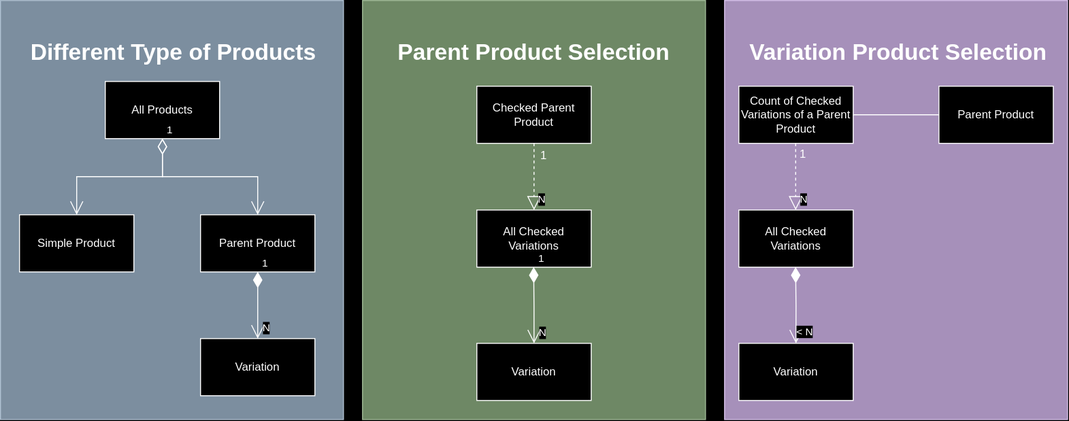
The draw.io diagram Product diagram.drawio.svg in jadecubes/Interface-Design-to-Frontend-Compoments, before a commit. Source tidied: cells renumbered, new cells last; positions are measured from the earlier drawing's top-left corner, leaving out a move shared by most shapes.
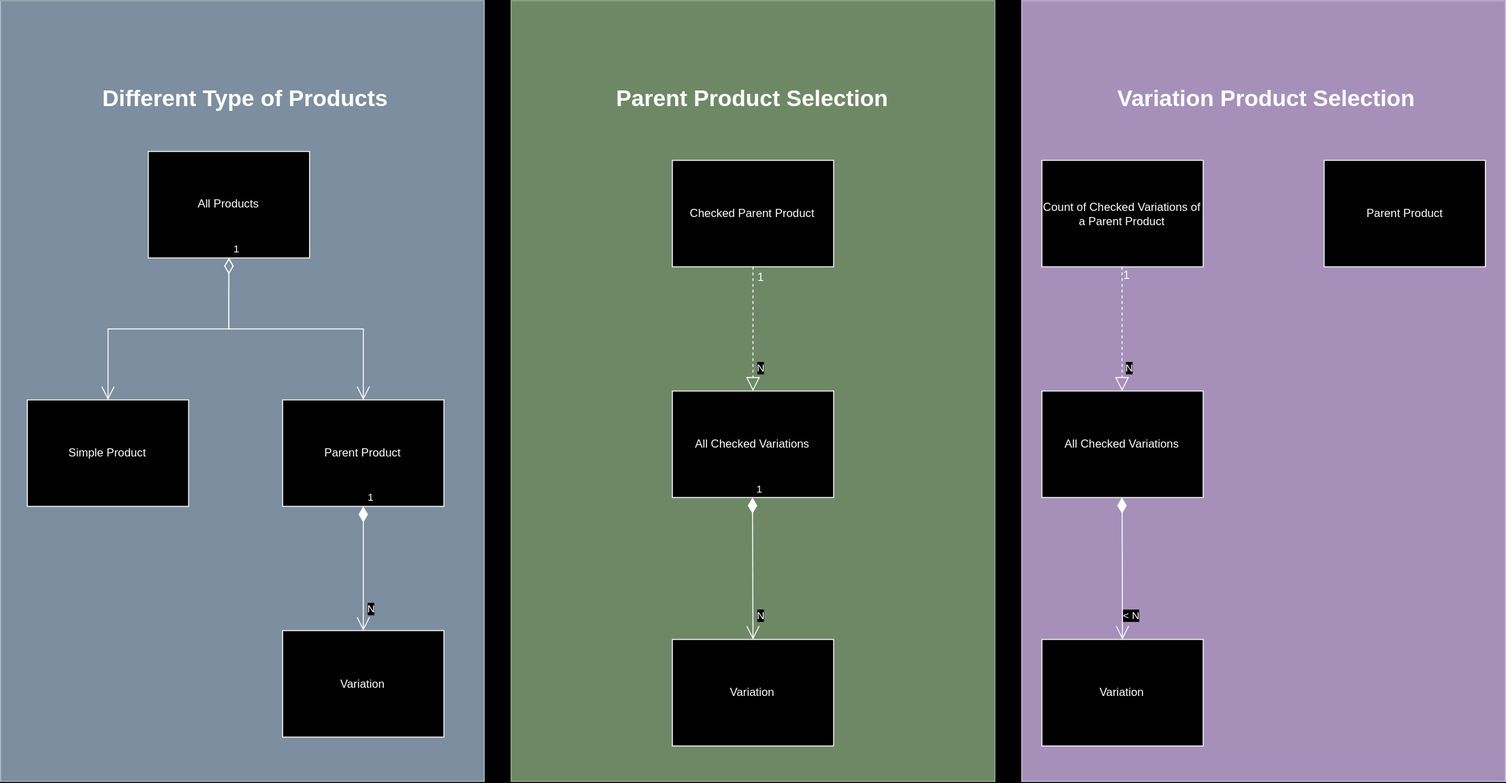
Later version of the same file.

Change to the diagram source:
```diff
@@ -2,109 +2,112 @@
   <root>
     <mxCell id="0" />
     <mxCell id="1" parent="0" />
+    <mxCell id="34" style="group;" parent="1" vertex="1">
+      <mxGeometry x="-260" y="-160" width="1580" height="820" as="geometry" />
+    </mxCell>
-    <mxCell id="2" style="whiteSpace=wrap;html=1;fillColor=#647687;strokeColor=#314354;fontColor=#ffffff;" parent="1" vertex="1">
-      <mxGeometry width="360" height="440" as="geometry" />
+    <mxCell id="2" style="whiteSpace=wrap;html=1;fillColor=#647687;strokeColor=#314354;fontColor=#ffffff;" parent="34" vertex="1">
+      <mxGeometry width="507.9" height="820" as="geometry" />
     </mxCell>
-    <mxCell id="3" value="&lt;h1&gt;Different Type of Products&amp;nbsp;&lt;/h1&gt;" style="text;html=1;align=center;verticalAlign=middle;whiteSpace=wrap;rounded=0;" parent="1" vertex="1">
-      <mxGeometry x="30" y="30" width="310" height="50" as="geometry" />
+    <mxCell id="3" value="&lt;h1&gt;Different Type of Products&amp;nbsp;&lt;/h1&gt;" style="text;html=1;align=center;verticalAlign=middle;whiteSpace=wrap;rounded=0;" parent="34" vertex="1">
+      <mxGeometry x="42.3" y="55.9" width="437.3" height="93.2" as="geometry" />
     </mxCell>
-    <mxCell id="4" value="All Products" style="rounded=0;whiteSpace=wrap;html=1;" parent="1" vertex="1">
-      <mxGeometry x="110" y="85" width="120" height="60" as="geometry" />
+    <mxCell id="4" value="All Products" style="rounded=0;whiteSpace=wrap;html=1;" parent="34" vertex="1">
+      <mxGeometry x="155.2" y="158.4" width="169.3" height="111.8" as="geometry" />
     </mxCell>
-    <mxCell id="5" value="Simple Product" style="rounded=0;whiteSpace=wrap;html=1;" parent="1" vertex="1">
-      <mxGeometry x="20" y="225" width="120" height="60" as="geometry" />
+    <mxCell id="5" value="Simple Product" style="rounded=0;whiteSpace=wrap;html=1;" parent="34" vertex="1">
+      <mxGeometry x="28.2" y="419.3" width="169.3" height="111.8" as="geometry" />
     </mxCell>
-    <mxCell id="6" value="Parent Product" style="rounded=0;whiteSpace=wrap;html=1;" parent="1" vertex="1">
-      <mxGeometry x="210" y="225" width="120" height="60" as="geometry" />
+    <mxCell id="6" value="Parent Product" style="rounded=0;whiteSpace=wrap;html=1;" parent="34" vertex="1">
+      <mxGeometry x="296.3" y="419.3" width="169.3" height="111.8" as="geometry" />
     </mxCell>
-    <mxCell id="7" value="Variation" style="rounded=0;whiteSpace=wrap;html=1;" parent="1" vertex="1">
-      <mxGeometry x="210" y="355" width="120" height="60" as="geometry" />
+    <mxCell id="7" value="Variation" style="rounded=0;whiteSpace=wrap;html=1;" parent="34" vertex="1">
+      <mxGeometry x="296.3" y="661.6" width="169.3" height="111.8" as="geometry" />
     </mxCell>
-    <mxCell id="8" value="1" style="endArrow=open;html=1;endSize=12;startArrow=diamondThin;startSize=14;startFill=1;edgeStyle=orthogonalEdgeStyle;align=left;verticalAlign=bottom;rounded=0;entryX=0.5;entryY=0;entryDx=0;entryDy=0;exitX=0.5;exitY=1;exitDx=0;exitDy=0;" parent="1" edge="1" source="6" target="7">
+    <mxCell id="8" value="1" style="endArrow=open;html=1;endSize=12;startArrow=diamondThin;startSize=14;startFill=1;edgeStyle=orthogonalEdgeStyle;align=left;verticalAlign=bottom;rounded=0;entryX=0.5;entryY=0;entryDx=0;entryDy=0;exitX=0.5;exitY=1;exitDx=0;exitDy=0;" parent="34" edge="1" source="6" target="7">
       <mxGeometry x="-1" y="3" relative="1" as="geometry" />
     </mxCell>
     <mxCell id="9" value="N" style="edgeLabel;html=1;align=center;verticalAlign=middle;" parent="8" vertex="1">
       <mxGeometry x="0.66" y="8" relative="1" as="geometry" />
     </mxCell>
-    <mxCell id="10" value="1" style="endArrow=open;html=1;endSize=12;startArrow=diamondThin;startSize=14;startFill=0;edgeStyle=orthogonalEdgeStyle;align=left;verticalAlign=bottom;rounded=0;entryX=0.5;entryY=0;entryDx=0;entryDy=0;exitX=0.5;exitY=1;exitDx=0;exitDy=0;" parent="1" edge="1" source="4" target="6">
+    <mxCell id="10" value="1" style="endArrow=open;html=1;endSize=12;startArrow=diamondThin;startSize=14;startFill=0;edgeStyle=orthogonalEdgeStyle;align=left;verticalAlign=bottom;rounded=0;entryX=0.5;entryY=0;entryDx=0;entryDy=0;exitX=0.5;exitY=1;exitDx=0;exitDy=0;" parent="34" edge="1" source="4" target="6">
       <mxGeometry x="-1" y="3" relative="1" as="geometry" />
     </mxCell>
-    <mxCell id="11" value="1" style="endArrow=open;html=1;endSize=12;startArrow=diamondThin;startSize=14;startFill=0;edgeStyle=orthogonalEdgeStyle;align=left;verticalAlign=bottom;rounded=0;entryX=0.5;entryY=0;entryDx=0;entryDy=0;exitX=0.5;exitY=1;exitDx=0;exitDy=0;" parent="1" edge="1" source="4" target="5">
+    <mxCell id="11" value="1" style="endArrow=open;html=1;endSize=12;startArrow=diamondThin;startSize=14;startFill=0;edgeStyle=orthogonalEdgeStyle;align=left;verticalAlign=bottom;rounded=0;entryX=0.5;entryY=0;entryDx=0;entryDy=0;exitX=0.5;exitY=1;exitDx=0;exitDy=0;" parent="34" edge="1" source="4" target="5">
       <mxGeometry x="-1" y="3" relative="1" as="geometry" />
     </mxCell>
-    <mxCell id="12" style="whiteSpace=wrap;html=1;fillColor=#6d8764;strokeColor=#3A5431;fontColor=#ffffff;" parent="1" vertex="1">
-      <mxGeometry x="380" width="360" height="440" as="geometry" />
+    <mxCell id="12" style="whiteSpace=wrap;html=1;fillColor=#6d8764;strokeColor=#3A5431;fontColor=#ffffff;" parent="34" vertex="1">
+      <mxGeometry x="536.1" width="507.9" height="820" as="geometry" />
     </mxCell>
-    <mxCell id="13" value="Checked Parent Product" style="rounded=0;whiteSpace=wrap;html=1;" parent="1" vertex="1">
-      <mxGeometry x="500" y="90" width="120" height="60" as="geometry" />
+    <mxCell id="13" value="Checked Parent Product" style="rounded=0;whiteSpace=wrap;html=1;" parent="34" vertex="1">
+      <mxGeometry x="705.4" y="167.7" width="169.3" height="111.8" as="geometry" />
     </mxCell>
-    <mxCell id="14" value="All Checked Variations" style="rounded=0;whiteSpace=wrap;html=1;" parent="1" vertex="1">
-      <mxGeometry x="500" y="220" width="120" height="60" as="geometry" />
+    <mxCell id="14" value="All Checked Variations" style="rounded=0;whiteSpace=wrap;html=1;" parent="34" vertex="1">
+      <mxGeometry x="705.4" y="410" width="169.3" height="111.8" as="geometry" />
     </mxCell>
-    <mxCell id="15" style="endArrow=block;dashed=1;endFill=0;endSize=12;html=1;rounded=0;entryX=0.5;entryY=0;entryDx=0;entryDy=0;exitX=0.5;exitY=1;exitDx=0;exitDy=0;" parent="1" edge="1" source="13" target="14">
+    <mxCell id="15" style="endArrow=block;dashed=1;endFill=0;endSize=12;html=1;rounded=0;entryX=0.5;entryY=0;entryDx=0;entryDy=0;exitX=0.5;exitY=1;exitDx=0;exitDy=0;" parent="34" edge="1" source="13" target="14">
       <mxGeometry relative="1" as="geometry" />
     </mxCell>
     <mxCell id="16" value="N" style="edgeLabel;html=1;align=center;verticalAlign=middle;" parent="15" vertex="1">
       <mxGeometry x="0.61" y="7" relative="1" as="geometry" />
     </mxCell>
-    <mxCell id="17" value="1" style="text;html=1;align=center;verticalAlign=middle;strokeColor=none;fillColor=none;" parent="1" vertex="1">
-      <mxGeometry x="555" y="148" width="30" height="30" as="geometry" />
+    <mxCell id="17" value="1" style="text;html=1;align=center;verticalAlign=middle;strokeColor=none;fillColor=none;" parent="34" vertex="1">
+      <mxGeometry x="782.9" y="275.8" width="30" height="30" as="geometry" />
     </mxCell>
-    <mxCell id="18" value="Variation" style="rounded=0;whiteSpace=wrap;html=1;" parent="1" vertex="1">
-      <mxGeometry x="500" y="360" width="120" height="60" as="geometry" />
+    <mxCell id="18" value="Variation" style="rounded=0;whiteSpace=wrap;html=1;" parent="34" vertex="1">
+      <mxGeometry x="705.4" y="670.9" width="169.3" height="111.8" as="geometry" />
     </mxCell>
-    <mxCell id="19" value="1" style="endArrow=open;html=1;endSize=12;startArrow=diamondThin;startSize=14;startFill=1;edgeStyle=orthogonalEdgeStyle;align=left;verticalAlign=bottom;rounded=0;entryX=0.5;entryY=0;entryDx=0;entryDy=0;exitX=0.5;exitY=1;exitDx=0;exitDy=0;" parent="1" edge="1" target="18">
+    <mxCell id="19" value="1" style="endArrow=open;html=1;endSize=12;startArrow=diamondThin;startSize=14;startFill=1;edgeStyle=orthogonalEdgeStyle;align=left;verticalAlign=bottom;rounded=0;entryX=0.5;entryY=0;entryDx=0;entryDy=0;exitX=0.5;exitY=1;exitDx=0;exitDy=0;" parent="34" edge="1" target="18">
       <mxGeometry x="-1" y="3" relative="1" as="geometry">
-        <mxPoint x="559.6" y="280" as="sourcePoint" />
+        <mxPoint x="789.5" y="521.8" as="sourcePoint" />
       </mxGeometry>
     </mxCell>
     <mxCell id="20" value="N" style="edgeLabel;html=1;align=center;verticalAlign=middle;" parent="19" vertex="1">
       <mxGeometry x="0.66" y="8" relative="1" as="geometry" />
     </mxCell>
-    <mxCell id="21" value="&lt;h1&gt;Parent Product Selection&lt;/h1&gt;" style="text;html=1;align=center;verticalAlign=middle;whiteSpace=wrap;rounded=0;" parent="1" vertex="1">
-      <mxGeometry x="405" y="30" width="310" height="50" as="geometry" />
+    <mxCell id="21" value="&lt;h1&gt;Parent Product Selection&lt;/h1&gt;" style="text;html=1;align=center;verticalAlign=middle;whiteSpace=wrap;rounded=0;" parent="34" vertex="1">
+      <mxGeometry x="571.3" y="55.9" width="437.3" height="93.2" as="geometry" />
     </mxCell>
-    <mxCell id="22" style="whiteSpace=wrap;html=1;fillColor=#76608a;strokeColor=#432D57;fontColor=#ffffff;" parent="1" vertex="1">
-      <mxGeometry x="760" width="360" height="440" as="geometry" />
+    <mxCell id="22" style="whiteSpace=wrap;html=1;fillColor=#76608a;strokeColor=#432D57;fontColor=#ffffff;" parent="34" vertex="1">
+      <mxGeometry x="1072.1" width="507.9" height="820" as="geometry" />
     </mxCell>
-    <mxCell id="23" value="Count of Checked Variations of a Parent Product" style="rounded=0;whiteSpace=wrap;html=1;" parent="1" vertex="1">
-      <mxGeometry x="775" y="90" width="120" height="60" as="geometry" />
+    <mxCell id="23" value="Count of Checked Variations of a Parent Product" style="rounded=0;whiteSpace=wrap;html=1;" parent="34" vertex="1">
+      <mxGeometry x="1093.3" y="167.7" width="169.3" height="111.8" as="geometry" />
     </mxCell>
-    <mxCell id="24" value="All Checked Variations" style="rounded=0;whiteSpace=wrap;html=1;" parent="1" vertex="1">
-      <mxGeometry x="775" y="220" width="120" height="60" as="geometry" />
+    <mxCell id="24" value="All Checked Variations" style="rounded=0;whiteSpace=wrap;html=1;" parent="34" vertex="1">
+      <mxGeometry x="1093.3" y="410" width="169.3" height="111.8" as="geometry" />
     </mxCell>
-    <mxCell id="25" style="endArrow=block;dashed=1;endFill=0;endSize=12;html=1;rounded=0;entryX=0.5;entryY=0;entryDx=0;entryDy=0;exitX=0.5;exitY=1;exitDx=0;exitDy=0;" parent="1" edge="1">
+    <mxCell id="25" style="endArrow=block;dashed=1;endFill=0;endSize=12;html=1;rounded=0;entryX=0.5;entryY=0;entryDx=0;entryDy=0;exitX=0.5;exitY=1;exitDx=0;exitDy=0;" parent="34" edge="1">
       <mxGeometry relative="1" as="geometry">
-        <mxPoint x="834.6" y="150" as="sourcePoint" />
-        <mxPoint x="834.6" y="220" as="targetPoint" />
+        <mxPoint x="1177.4" y="279.5" as="sourcePoint" />
+        <mxPoint x="1177.4" y="410" as="targetPoint" />
       </mxGeometry>
     </mxCell>
     <mxCell id="26" value="N" style="edgeLabel;html=1;align=center;verticalAlign=middle;" parent="25" vertex="1">
       <mxGeometry x="0.61" y="7" relative="1" as="geometry" />
     </mxCell>
-    <mxCell id="27" value="1" style="text;html=1;align=center;verticalAlign=middle;strokeColor=none;fillColor=none;" parent="1" vertex="1">
-      <mxGeometry x="827" y="147" width="30" height="30" as="geometry" />
+    <mxCell id="27" value="1" style="text;html=1;align=center;verticalAlign=middle;strokeColor=none;fillColor=none;" parent="34" vertex="1">
+      <mxGeometry x="1166.7" y="274" width="30" height="30" as="geometry" />
     </mxCell>
-    <mxCell id="28" value="Variation" style="rounded=0;whiteSpace=wrap;html=1;" parent="1" vertex="1">
-      <mxGeometry x="775" y="360" width="120" height="60" as="geometry" />
+    <mxCell id="28" value="Variation" style="rounded=0;whiteSpace=wrap;html=1;" parent="34" vertex="1">
+      <mxGeometry x="1093.3" y="670.9" width="169.3" height="111.8" as="geometry" />
     </mxCell>
-    <mxCell id="29" style="endArrow=open;html=1;endSize=12;startArrow=diamondThin;startSize=14;startFill=1;edgeStyle=orthogonalEdgeStyle;align=left;verticalAlign=bottom;rounded=0;entryX=0.5;entryY=0;entryDx=0;entryDy=0;exitX=0.5;exitY=1;exitDx=0;exitDy=0;" parent="1" edge="1">
+    <mxCell id="29" style="endArrow=open;html=1;endSize=12;startArrow=diamondThin;startSize=14;startFill=1;edgeStyle=orthogonalEdgeStyle;align=left;verticalAlign=bottom;rounded=0;entryX=0.5;entryY=0;entryDx=0;entryDy=0;exitX=0.5;exitY=1;exitDx=0;exitDy=0;" parent="34" edge="1">
       <mxGeometry x="-1" y="3" relative="1" as="geometry">
-        <mxPoint x="834.5" y="280" as="sourcePoint" />
-        <mxPoint x="834.9" y="360" as="targetPoint" />
+        <mxPoint x="1177.3" y="521.8" as="sourcePoint" />
+        <mxPoint x="1177.8" y="670.9" as="targetPoint" />
       </mxGeometry>
     </mxCell>
     <mxCell id="30" value="&amp;lt; N" style="edgeLabel;html=1;align=center;verticalAlign=middle;" parent="29" vertex="1">
       <mxGeometry x="0.66" y="8" relative="1" as="geometry" />
     </mxCell>
-    <mxCell id="31" value="Parent Product" style="rounded=0;whiteSpace=wrap;html=1;" parent="1" vertex="1">
-      <mxGeometry x="985" y="90" width="120" height="60" as="geometry" />
+    <mxCell id="31" value="Parent Product" style="rounded=0;whiteSpace=wrap;html=1;" parent="34" vertex="1">
+      <mxGeometry x="1389.6" y="167.7" width="169.3" height="111.8" as="geometry" />
     </mxCell>
-    <mxCell id="32" style="line;strokeWidth=1;fillColor=none;align=left;verticalAlign=middle;spacingTop=-1;spacingLeft=3;spacingRight=3;labelPosition=right;strokeColor=inherit;" parent="1" vertex="1">
-      <mxGeometry x="895" y="116" width="90" height="8" as="geometry" />
+    <mxCell id="32" style="line;strokeWidth=1;fillColor=none;align=left;verticalAlign=middle;spacingTop=-1;spacingLeft=3;spacingRight=3;labelPosition=right;strokeColor=inherit;" parent="34" vertex="1">
+      <mxGeometry x="1262.6" y="216.2" width="127" height="14.9" as="geometry" />
     </mxCell>
-    <mxCell id="33" value="&lt;h1&gt;Variation Product Selection&lt;/h1&gt;" style="text;html=1;align=center;verticalAlign=middle;whiteSpace=wrap;rounded=0;" parent="1" vertex="1">
-      <mxGeometry x="785" y="30" width="315" height="50" as="geometry" />
+    <mxCell id="33" value="&lt;h1&gt;Variation Product Selection&lt;/h1&gt;" style="text;html=1;align=center;verticalAlign=middle;whiteSpace=wrap;rounded=0;" parent="34" vertex="1">
+      <mxGeometry x="1107.4" y="55.9" width="444.4" height="93.2" as="geometry" />
     </mxCell>
   </root>
 </mxGraphModel>
```
